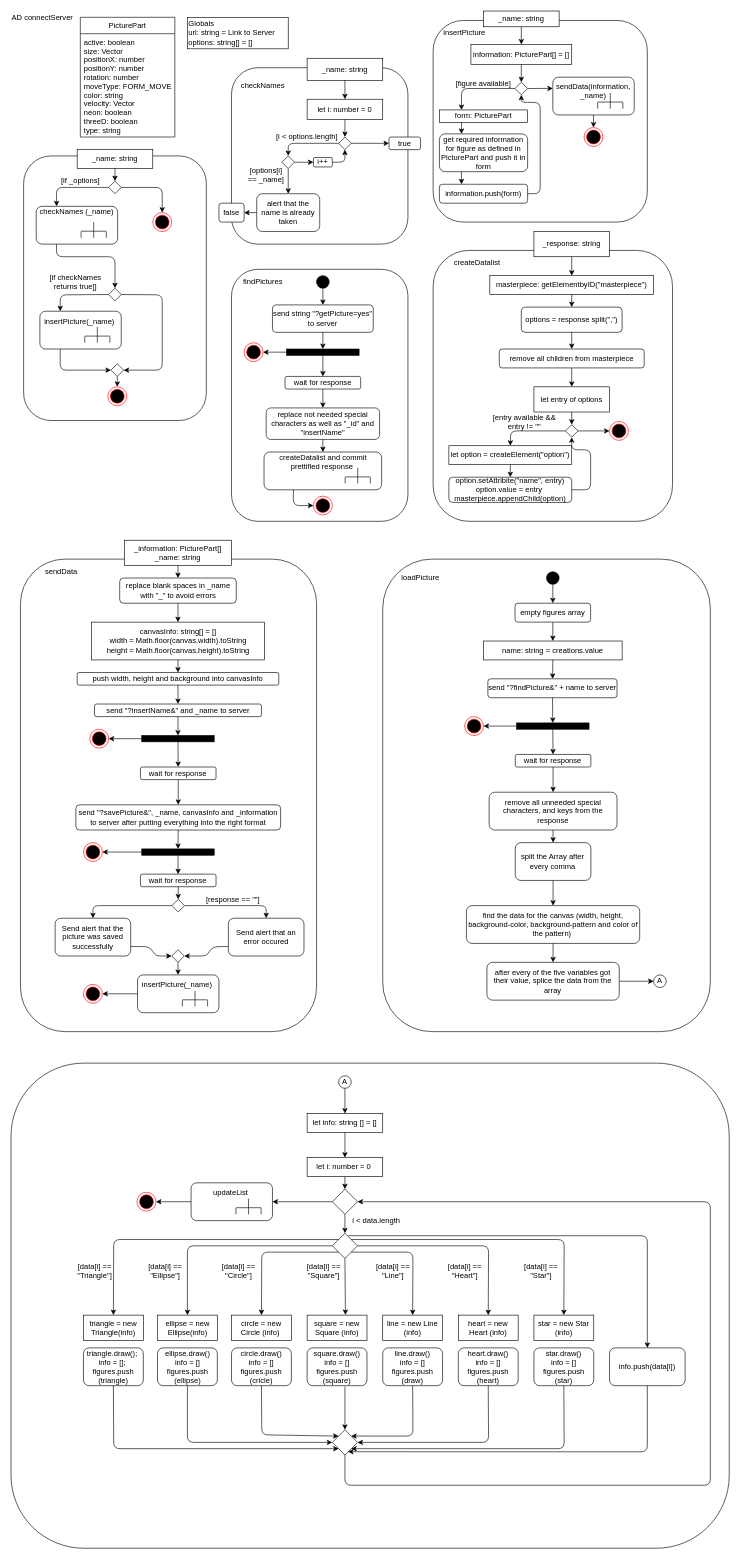
This is page "Connect Server_AD" (6 of 7) of Endabgabe/Konzeption/Konzeption.drawio from KohlerAl/EIA2, a draw.io file, before an edit. Source tidied: cells renumbered, new cells numbered last; positions are measured from the earlier drawing's top-left corner, leaving out a move shared by most shapes. Both pictures are drawn from the tidied source at 63%, with x=0, y=0 at pixel (11, 11).
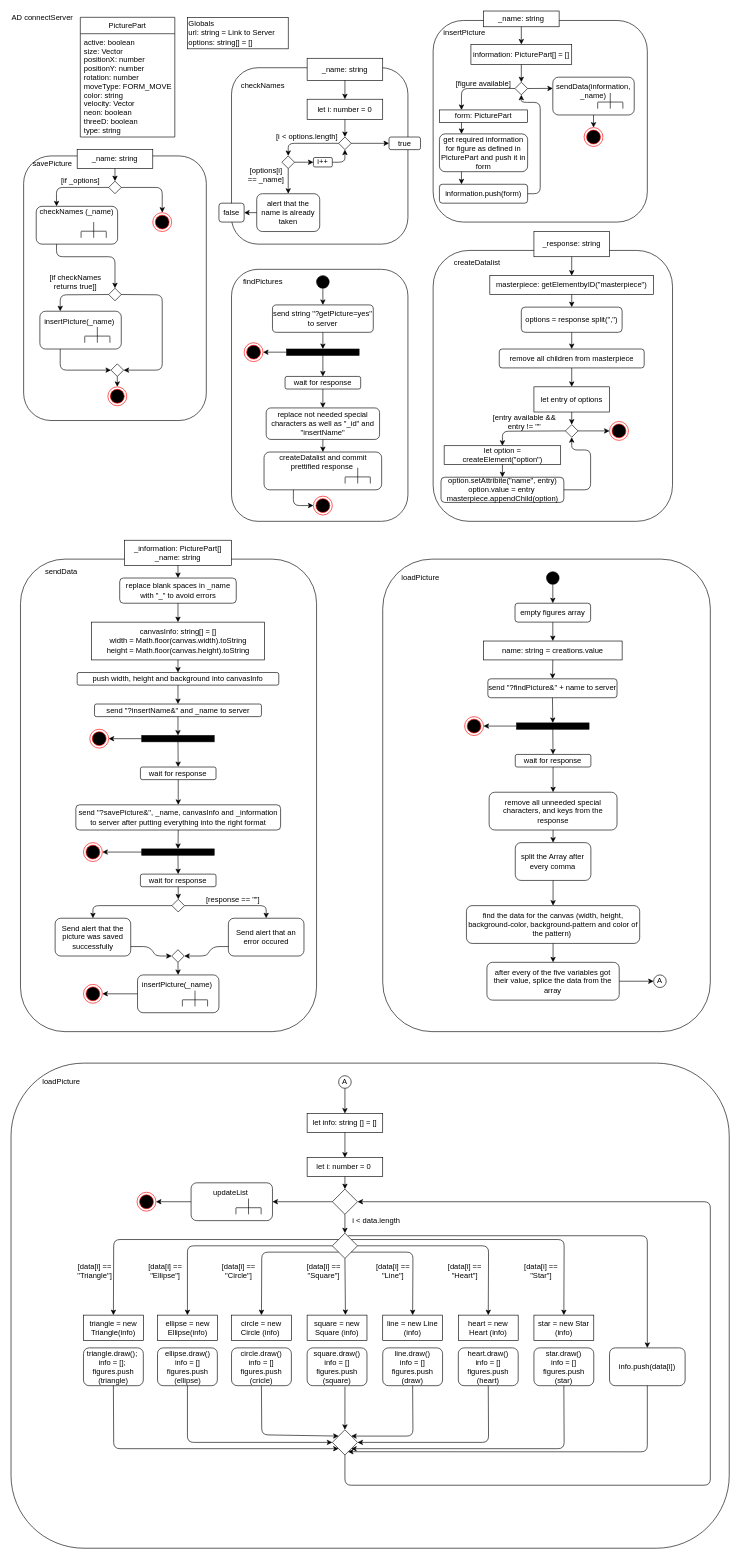
After the change.

Unchanged cells that the change refers to:
```xml
<mxCell id="147" style="rhombus;whiteSpace=wrap;html=1;" parent="1" vertex="1">
  <mxGeometry x="880" y="656.5" width="20" height="20" as="geometry" />
</mxCell>
```

Change to the diagram source:
```diff
@@
     <mxCell id="139" value="option.setAttribite(&quot;name&quot;, entry)&lt;br&gt;option.value = entry&amp;nbsp;&lt;br&gt;masterpiece.appendChild(option)" style="rounded=1;whiteSpace=wrap;html=1;" parent="1" vertex="1">
-      <mxGeometry x="695" y="740" width="195" height="40" as="geometry" />
+      <mxGeometry x="682.5" y="740" width="195" height="40" as="geometry" />
     </mxCell>
@@
     <mxCell id="141" value="let option = createElement(&quot;option&quot;)" style="rounded=0;whiteSpace=wrap;html=1;" parent="1" vertex="1">
-      <mxGeometry x="695" y="690" width="195" height="30" as="geometry" />
+      <mxGeometry x="687.5" y="690" width="185" height="30" as="geometry" />
     </mxCell>
@@
     <mxCell id="149" style="endArrow=classic;html=1;exitX=0;exitY=0.5;exitDx=0;exitDy=0;entryX=0.5;entryY=0;entryDx=0;entryDy=0;" parent="1" edge="1" source="147" target="141">
       <mxGeometry relative="1" as="geometry">
         <Array as="points">
-          <mxPoint x="793" y="666.5" />
+          <mxPoint x="780" y="667" />
         </Array>
       </mxGeometry>
     </mxCell>
@@
     <mxCell id="151" style="endArrow=classic;html=1;exitX=1;exitY=0.5;exitDx=0;exitDy=0;entryX=0.5;entryY=1;entryDx=0;entryDy=0;" parent="1" edge="1" source="139" target="147">
       <mxGeometry relative="1" as="geometry">
         <Array as="points">
           <mxPoint x="920" y="760" />
           <mxPoint x="920" y="696.5" />
-          <mxPoint x="890" y="696.5" />
+          <mxPoint x="890" y="697" />
         </Array>
       </mxGeometry>
     </mxCell>
@@
+    <mxCell id="245" value="savePicture" style="text;html=1;strokeColor=none;fillColor=none;align=center;verticalAlign=middle;whiteSpace=wrap;rounded=0;" parent="1" vertex="1">
+      <mxGeometry x="45.8" y="232.5" width="40" height="20" as="geometry" />
+    </mxCell>
+    <mxCell id="246" value="loadPicture" style="text;html=1;strokeColor=none;fillColor=none;align=center;verticalAlign=middle;whiteSpace=wrap;rounded=0;" parent="1" vertex="1">
+      <mxGeometry x="60" y="1690" width="40" height="20" as="geometry" />
+    </mxCell>
```
